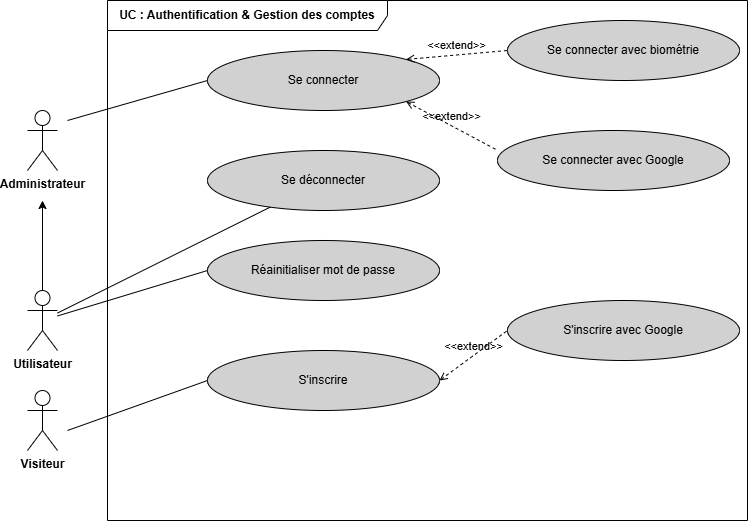
Before: images/authentification User case.png, a diagram exported from draw.io (Hadil-fk/SafeTrack-rapport). Source tidied: cells renumbered, new cells last; positions are measured from the earlier drawing's top-left corner, leaving out a move shared by most shapes.
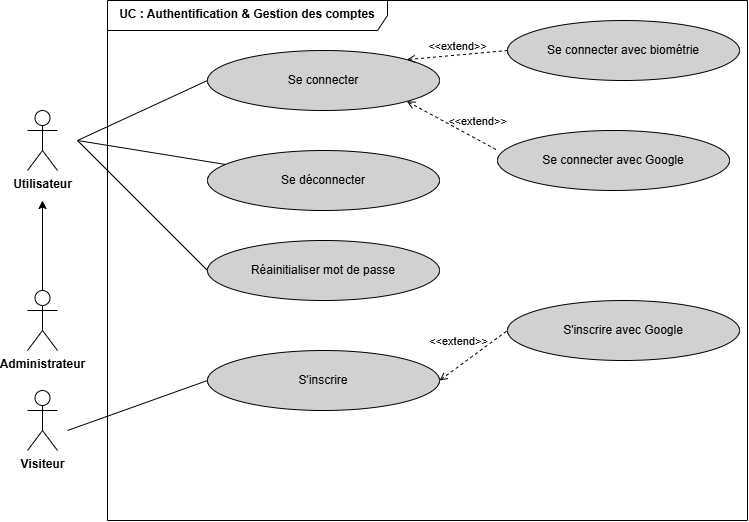
Later version of the same file.

Change to the diagram source:
```diff
@@ -5,6 +5,11 @@
     <mxCell id="2" value="&lt;b&gt;UC : Authentification &amp;amp; Gestion des comptes&lt;/b&gt;" style="shape=umlFrame;whiteSpace=wrap;html=1;width=280;height=30;" parent="1" vertex="1">
       <mxGeometry x="80" width="640" height="520" as="geometry" />
     </mxCell>
+    <mxCell id="22" style="rounded=0;jettySize=auto;html=1;exitX=0;exitY=0.5;exitDx=0;exitDy=0;endArrow=none;endFill=0;" parent="2" edge="1" source="3">
+      <mxGeometry relative="1" as="geometry">
+        <mxPoint x="-30" y="140" as="targetPoint" />
+      </mxGeometry>
+    </mxCell>
     <mxCell id="3" value="Se connecter" style="ellipse;whiteSpace=wrap;html=1;fillColor=#D1D1D1;" parent="2" vertex="1">
       <mxGeometry x="100" y="50" width="232" height="60" as="geometry" />
     </mxCell>
@@ -24,7 +29,9 @@
       <mxGeometry x="400" y="300" width="232" height="60" as="geometry" />
     </mxCell>
     <mxCell id="9" value="&amp;lt;&amp;lt;extend&amp;gt;&amp;gt;" style="html=1;verticalAlign=bottom;labelBackgroundColor=none;endArrow=none;endFill=0;dashed=1;rounded=0;startArrow=open;startFill=0;entryX=0;entryY=0.5;entryDx=0;entryDy=0;exitX=1;exitY=0.5;exitDx=0;exitDy=0;" parent="2" edge="1" source="4" target="8">
-      <mxGeometry relative="1" as="geometry" />
+      <mxGeometry x="-0.24" y="14" relative="1" as="geometry">
+        <mxPoint y="1" as="offset" />
+      </mxGeometry>
     </mxCell>
     <mxCell id="10" value="&amp;lt;&amp;lt;extend&amp;gt;&amp;gt;" style="html=1;verticalAlign=bottom;labelBackgroundColor=none;endArrow=none;endFill=0;dashed=1;rounded=0;startArrow=open;startFill=0;entryX=0;entryY=0.5;entryDx=0;entryDy=0;exitX=1;exitY=0;exitDx=0;exitDy=0;" parent="2" edge="1" source="3" target="7">
       <mxGeometry relative="1" as="geometry" />
@@ -33,7 +40,7 @@
       <mxGeometry x="390" y="130" width="232" height="60" as="geometry" />
     </mxCell>
     <mxCell id="12" value="&amp;lt;&amp;lt;extend&amp;gt;&amp;gt;" style="html=1;verticalAlign=bottom;labelBackgroundColor=none;endArrow=none;endFill=0;dashed=1;rounded=0;startArrow=open;startFill=0;entryX=0;entryY=0.5;entryDx=0;entryDy=0;exitX=1;exitY=1;exitDx=0;exitDy=0;" parent="2" edge="1" source="3">
-      <mxGeometry relative="1" as="geometry">
+      <mxGeometry x="0.48" y="8" relative="1" as="geometry">
         <mxPoint x="390" y="149.8" as="targetPoint" />
       </mxGeometry>
     </mxCell>
@@ -42,18 +49,22 @@
         <mxPoint x="15" y="200" as="targetPoint" />
       </mxGeometry>
     </mxCell>
-    <mxCell id="14" style="rounded=0;jettySize=auto;html=1;entryX=0;entryY=0.5;entryDx=0;entryDy=0;endArrow=none;endFill=0;" parent="1" edge="1" source="17" target="5">
-      <mxGeometry relative="1" as="geometry" />
+    <mxCell id="14" style="rounded=0;jettySize=auto;html=1;entryX=0;entryY=0.5;entryDx=0;entryDy=0;endArrow=none;endFill=0;" parent="1" edge="1" target="5">
+      <mxGeometry relative="1" as="geometry">
+        <mxPoint x="50" y="140" as="sourcePoint" />
+      </mxGeometry>
     </mxCell>
-    <mxCell id="15" style="rounded=0;jettySize=auto;html=1;endArrow=none;endFill=0;" parent="1" edge="1" source="17" target="6">
-      <mxGeometry relative="1" as="geometry" />
+    <mxCell id="15" style="rounded=0;jettySize=auto;html=1;endArrow=none;endFill=0;" parent="1" edge="1" target="6">
+      <mxGeometry relative="1" as="geometry">
+        <mxPoint x="50" y="140" as="sourcePoint" />
+      </mxGeometry>
     </mxCell>
     <mxCell id="16" style="rounded=0;jettySize=auto;html=1;entryX=0;entryY=0.5;entryDx=0;entryDy=0;endArrow=none;endFill=0;" parent="1" edge="1" target="4">
       <mxGeometry relative="1" as="geometry">
         <mxPoint x="40" y="430" as="sourcePoint" />
       </mxGeometry>
     </mxCell>
-    <mxCell id="17" value="&lt;b&gt;Utilisateur&lt;/b&gt;" style="shape=umlActor;verticalLabelPosition=bottom;verticalAlign=top;html=1;outlineConnect=0;" parent="1" vertex="1">
+    <mxCell id="17" value="&lt;b&gt;Administrateur&lt;/b&gt;" style="shape=umlActor;verticalLabelPosition=bottom;verticalAlign=top;html=1;outlineConnect=0;" parent="1" vertex="1">
       <mxGeometry y="290" width="30" height="60" as="geometry" />
     </mxCell>
     <mxCell id="18" style="edgeStyle=orthogonalEdgeStyle;rounded=0;jettySize=auto;html=1;endArrow=none;endFill=0;" parent="1" edge="1" target="17">
@@ -61,12 +72,7 @@
         <mxPoint x="15" y="220" as="sourcePoint" />
       </mxGeometry>
     </mxCell>
-    <mxCell id="19" style="rounded=0;jettySize=auto;html=1;entryX=0;entryY=0.5;entryDx=0;entryDy=0;endArrow=none;endFill=0;" parent="1" edge="1" target="3">
-      <mxGeometry relative="1" as="geometry">
-        <mxPoint x="40" y="120" as="sourcePoint" />
-      </mxGeometry>
-    </mxCell>
-    <mxCell id="20" value="&lt;b&gt;Administrateur&lt;/b&gt;" style="shape=umlActor;verticalLabelPosition=bottom;verticalAlign=top;html=1;" parent="1" vertex="1">
+    <mxCell id="20" value="&lt;b&gt;Utilisateur&lt;/b&gt;" style="shape=umlActor;verticalLabelPosition=bottom;verticalAlign=top;html=1;" parent="1" vertex="1">
       <mxGeometry y="110" width="30" height="60" as="geometry" />
     </mxCell>
     <mxCell id="21" value="&lt;b&gt;Visiteur&lt;/b&gt;" style="shape=umlActor;verticalLabelPosition=bottom;verticalAlign=top;html=1;" parent="1" vertex="1">
```
